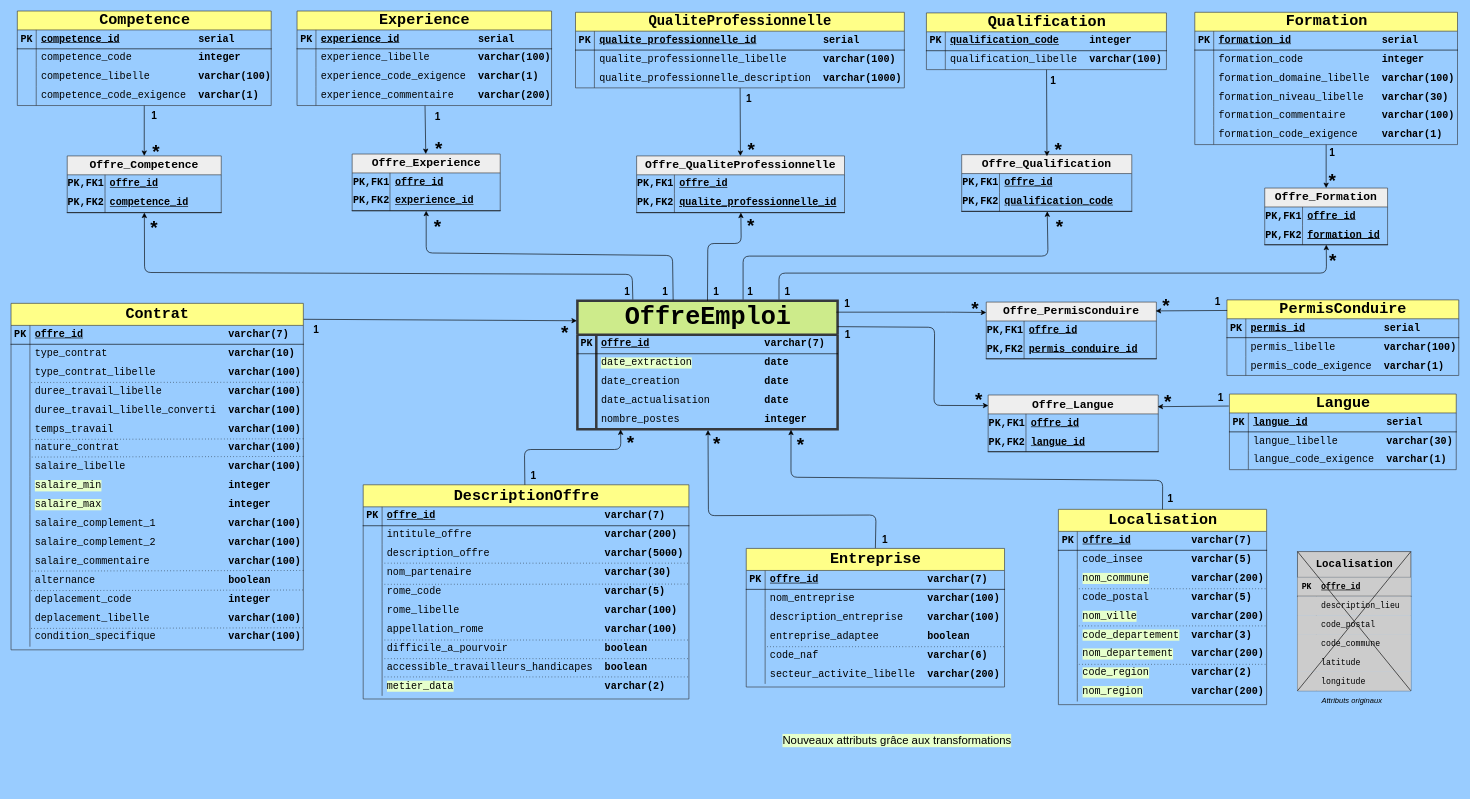
vimchun/Job-Market-in-France keeps this draw.io diagram as load_sql/UML.drawio. Above is the earlier version. Source tidied: cells renumbered, new cells numbered last; positions are measured from the earlier drawing's top-left corner, leaving out a move shared by most shapes. Both pictures are drawn from the tidied source at 63%, with x=0, y=0 at pixel (11, 11).
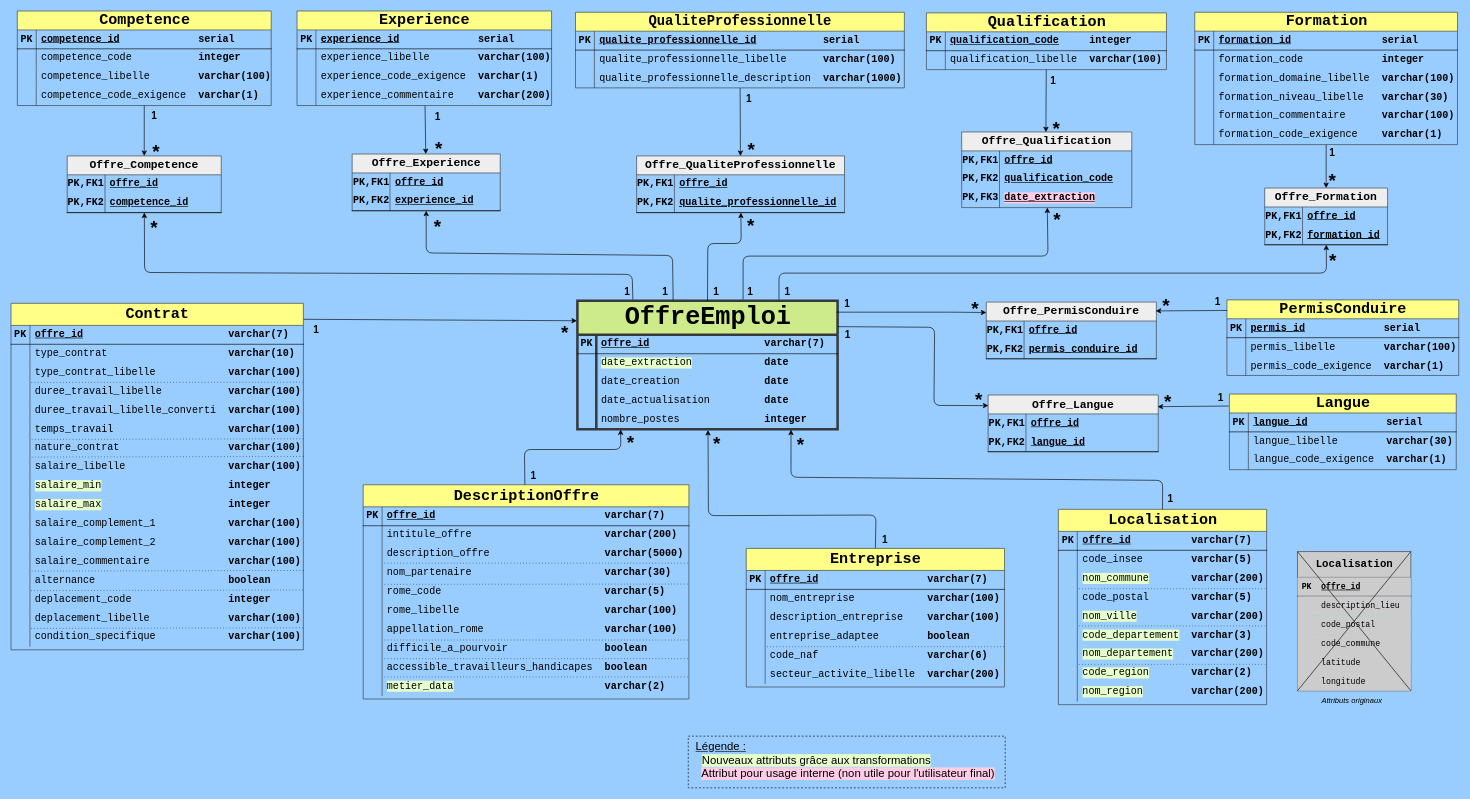
After the change.

Commit message (it also covers changes not shown here):
informations sur l'évolution de 'qualification_code' + update UML

Unchanged cells that the change refers to:
```xml
<mxCell id="106" value="&lt;font style=&quot;font-size: 24px;&quot;&gt;Qualification&lt;/font&gt;" style="shape=table;startSize=30;childLayout=tableLayout;rowLines=0;fontStyle=1;align=center;html=1;fillColor=#ffff88;strokeColor=#36393d;rounded=0;fontFamily=Courier New;fontSize=16;" parent="1" vertex="1">
  <mxGeometry x="1453" y="3" width="381" height="90" as="geometry" />
</mxCell>
```

Diff of the diagram source:
```diff
@@
     <mxCell id="98" value="&lt;font style=&quot;font-size: 18px;&quot;&gt;Offre_Qualification&lt;/font&gt;" style="shape=table;startSize=30;childLayout=tableLayout;rowLines=0;fontStyle=1;align=center;html=1;whiteSpace=wrap;fillColor=#eeeeee;strokeColor=#36393d;fontFamily=Courier New;fontSize=16;" parent="1" vertex="1">
-      <mxGeometry x="1509" y="228" width="270" height="90" as="geometry" />
+      <mxGeometry x="1509" y="192" width="270" height="120" as="geometry" />
     </mxCell>
@@
-    <mxCell id="102" style="shape=tableRow;horizontal=0;startSize=0;swimlaneHead=0;swimlaneBody=0;fillColor=none;top=0;left=0;right=0;bottom=1;html=1;fontFamily=Courier New;fontSize=16;strokeColor=#000000;" parent="98" vertex="1">
-      <mxGeometry y="60" width="270" height="30" as="geometry" />
-    </mxCell>
+    <mxCell id="372" style="shape=tableRow;horizontal=0;startSize=0;swimlaneHead=0;swimlaneBody=0;fillColor=none;top=0;left=0;right=0;bottom=0;html=1;fontFamily=Courier New;fontSize=16;strokeColor=#000000;" parent="98" vertex="1">
+      <mxGeometry y="60" width="270" height="30" as="geometry" />
+    </mxCell>
-    <mxCell id="103" value="PK,FK2" style="shape=partialRectangle;fillColor=none;top=0;left=0;bottom=0;right=0;fontStyle=1;overflow=hidden;html=1;whiteSpace=wrap;fontFamily=Courier New;fontSize=16;strokeColor=#000000;" parent="102" vertex="1">
+    <mxCell id="103" value="PK,FK2" style="shape=partialRectangle;fillColor=none;top=0;left=0;bottom=0;right=0;fontStyle=1;overflow=hidden;html=1;whiteSpace=wrap;fontFamily=Courier New;fontSize=16;strokeColor=#000000;" parent="372" vertex="1">
       <mxGeometry width="60" height="30" as="geometry" />
     </mxCell>
-    <mxCell id="104" value="qualification_code" style="shape=partialRectangle;fillColor=none;top=0;left=0;bottom=0;right=0;align=left;spacingLeft=6;fontStyle=5;overflow=hidden;html=1;whiteSpace=wrap;fontFamily=Courier New;fontSize=16;strokeColor=#000000;" parent="102" vertex="1">
+    <mxCell id="104" value="qualification_code" style="shape=partialRectangle;fillColor=none;top=0;left=0;bottom=0;right=0;align=left;spacingLeft=6;fontStyle=5;overflow=hidden;html=1;whiteSpace=wrap;fontFamily=Courier New;fontSize=16;strokeColor=#000000;" parent="372" vertex="1">
       <mxGeometry x="60" width="210" height="30" as="geometry" />
     </mxCell>
+    <mxCell id="373" style="shape=tableRow;horizontal=0;startSize=0;swimlaneHead=0;swimlaneBody=0;fillColor=none;top=0;left=0;right=0;bottom=0;html=1;fontFamily=Courier New;fontSize=16;strokeColor=#000000;" parent="98" vertex="1">
+      <mxGeometry y="90" width="270" height="30" as="geometry" />
+    </mxCell>
+    <mxCell id="374" value="PK,FK3" style="shape=partialRectangle;fillColor=none;top=0;left=0;bottom=0;right=0;fontStyle=1;overflow=hidden;html=1;whiteSpace=wrap;fontFamily=Courier New;fontSize=16;strokeColor=#000000;" parent="373" vertex="1">
+      <mxGeometry width="60" height="30" as="geometry" />
+    </mxCell>
+    <mxCell id="375" value="&lt;span style=&quot;background-color: rgb(255, 204, 230);&quot;&gt;date_extraction&lt;/span&gt;" style="shape=partialRectangle;fillColor=none;top=0;left=0;bottom=0;right=0;align=left;spacingLeft=6;fontStyle=5;overflow=hidden;html=1;whiteSpace=wrap;fontFamily=Courier New;fontSize=16;strokeColor=#000000;" parent="373" vertex="1">
+      <mxGeometry x="60" width="210" height="30" as="geometry" />
+    </mxCell>
-    <mxCell id="105" style="edgeStyle=none;rounded=0;jettySize=auto;html=1;entryX=-0.089;entryY=0.742;entryDx=0;entryDy=0;entryPerimeter=0;" parent="1" edge="1" source="106" target="281">
+    <mxCell id="105" style="edgeStyle=none;rounded=0;jettySize=auto;html=1;entryX=0.495;entryY=0.002;entryDx=0;entryDy=0;entryPerimeter=0;" parent="1" edge="1" source="106" target="98">
       <mxGeometry relative="1" as="geometry" />
     </mxCell>
@@
     <mxCell id="281" value="*" style="text;html=1;align=center;verticalAlign=middle;points=[];strokeColor=none;fillColor=none;rounded=1;strokeWidth=1;fontSize=30;fontStyle=1;arcSize=50;" parent="1" vertex="1">
-      <mxGeometry x="1647" y="195" width="30" height="48" as="geometry" />
+      <mxGeometry x="1644" y="162" width="30" height="48" as="geometry" />
     </mxCell>
@@
     <mxCell id="295" value="*" style="text;html=1;align=center;verticalAlign=middle;strokeColor=none;fillColor=none;rounded=1;strokeWidth=1;fontSize=30;fontStyle=1;arcSize=0;" parent="1" vertex="1">
-      <mxGeometry x="1649" y="318" width="30" height="48" as="geometry" />
+      <mxGeometry x="1645" y="306" width="30" height="48" as="geometry" />
     </mxCell>
@@
-    <mxCell id="356" value="Nouveaux attributs grâce aux transformations" style="text;html=1;align=center;verticalAlign=middle;whiteSpace=wrap;rounded=0;fontStyle=0;fontColor=#000000;labelBackgroundColor=#E6FFCC;fontSize=18;" parent="1" vertex="1">
-      <mxGeometry x="1170" y="1143" width="473" height="30" as="geometry" />
-    </mxCell>
@@
+    <mxCell id="376" value="&lt;font style=&quot;font-size: 18px;&quot;&gt;&amp;nbsp; &lt;u&gt;Légende :&lt;/u&gt;&lt;/font&gt;&lt;div&gt;&lt;span style=&quot;font-size: 18px;&quot;&gt;&amp;nbsp; &amp;nbsp; &lt;/span&gt;&lt;span style=&quot;background-color: light-dark(rgb(230, 255, 204), rgb(12, 33, 0)); text-align: center; font-size: 18px; color: light-dark(rgb(0, 0, 0), rgb(255, 255, 255));&quot;&gt;Nouveaux attributs grâce aux transformations&lt;/span&gt;&lt;/div&gt;&lt;div&gt;&lt;div style=&quot;font-size: 18px;&quot;&gt;&lt;/div&gt;&lt;/div&gt;&lt;div&gt;&lt;span style=&quot;font-size: 18px;&quot;&gt;&amp;nbsp; &amp;nbsp; &lt;/span&gt;&lt;span style=&quot;background-color: light-dark(rgb(255, 204, 230), rgb(84, 40, 63)); color: light-dark(rgb(0, 0, 0), rgb(255, 255, 255)); text-align: center; font-size: 18px;&quot;&gt;Attribut pour usage interne (non utile pour l'utilisateur final)&lt;/span&gt;&lt;/div&gt;" style="rounded=0;whiteSpace=wrap;html=1;align=left;verticalAlign=top;fillColor=none;dashed=1;" parent="1" vertex="1">
+      <mxGeometry x="1075" y="1151" width="503" height="82" as="geometry" />
+    </mxCell>
```
